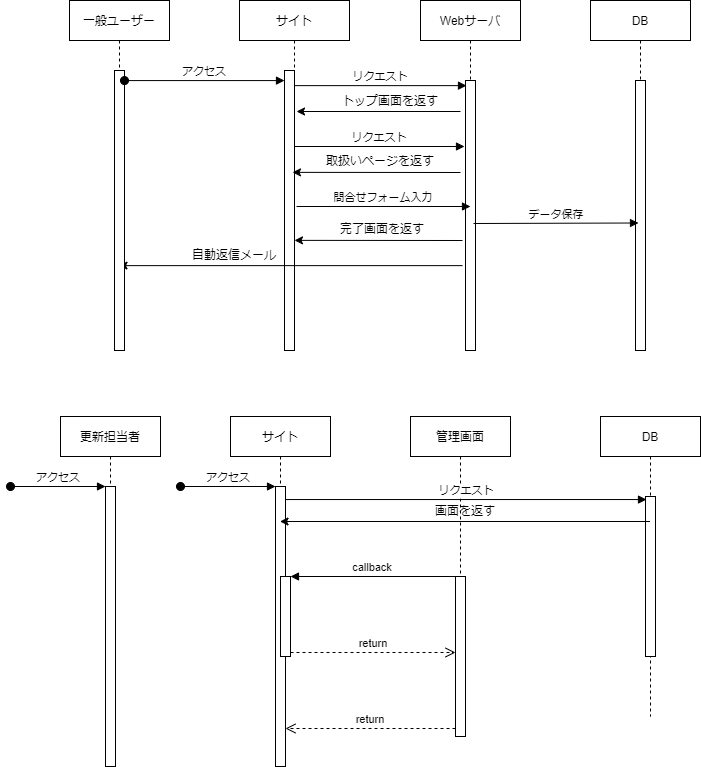
This is シーケンス図.drawio.png from buyodo/webgis-dev-doc, a draw.io export, as it was before one commit. Source tidied: cells renumbered, new cells last; positions are measured from the earlier drawing's top-left corner, leaving out a move shared by most shapes.
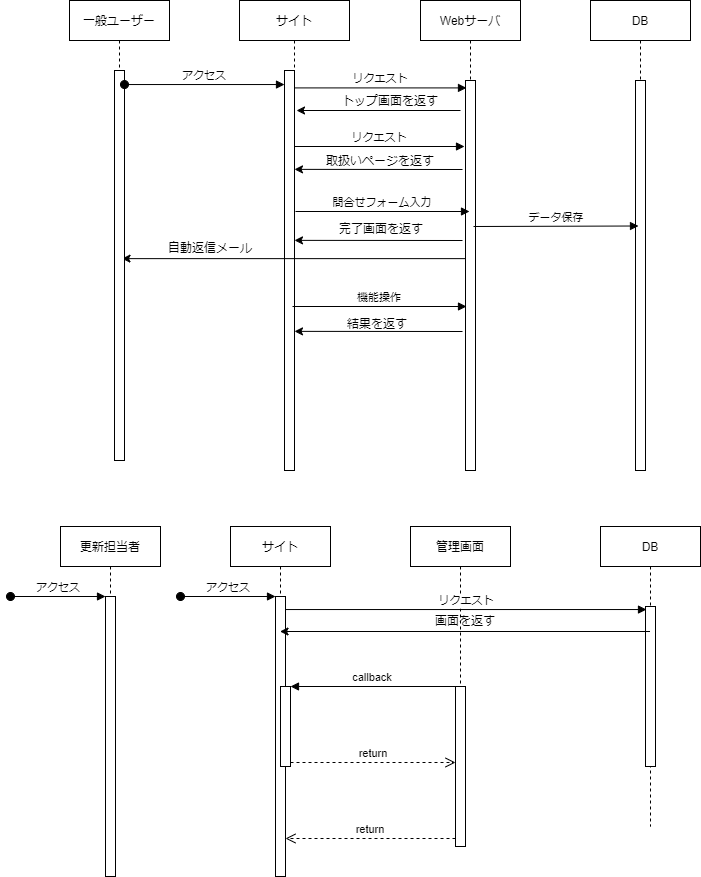
The same file after the commit.

Commit message:
シーケンス図.drawio.png を更新します

The edit, as a diff of the source:
```diff
@@ -3,43 +3,58 @@
     <mxCell id="0" />
     <mxCell id="1" parent="0" />
     <mxCell id="2" value="サイト" style="shape=umlLifeline;perimeter=lifelinePerimeter;rounded=0;shadow=0;strokeWidth=1;" parent="1" vertex="1">
-      <mxGeometry x="229" width="110" height="350" as="geometry" />
+      <mxGeometry x="229" width="110" height="470" as="geometry" />
     </mxCell>
     <mxCell id="3" style="points=[];perimeter=orthogonalPerimeter;rounded=0;shadow=0;strokeWidth=1;" parent="2" vertex="1">
-      <mxGeometry x="45" y="70" width="10" height="280" as="geometry" />
+      <mxGeometry x="45" y="70" width="10" height="400" as="geometry" />
     </mxCell>
     <mxCell id="4" value="自動返信メール" style="text;html=1;strokeColor=none;fillColor=none;align=center;verticalAlign=middle;whiteSpace=wrap;rounded=0;" parent="2" vertex="1">
-      <mxGeometry x="-65" y="240" width="120" height="30" as="geometry" />
+      <mxGeometry x="-89" y="233" width="120" height="30" as="geometry" />
     </mxCell>
     <mxCell id="5" value="リクエスト" style="verticalAlign=bottom;endArrow=block;entryX=0.1;entryY=0.019;shadow=0;strokeWidth=1;entryDx=0;entryDy=0;entryPerimeter=0;" parent="1" edge="1" source="3" target="7">
       <mxGeometry relative="1" as="geometry" />
     </mxCell>
     <mxCell id="6" value="Webサーバ" style="shape=umlLifeline;perimeter=lifelinePerimeter;rounded=0;shadow=0;strokeWidth=1;" parent="1" vertex="1">
-      <mxGeometry x="410" width="100" height="350" as="geometry" />
+      <mxGeometry x="410" width="100" height="470" as="geometry" />
     </mxCell>
     <mxCell id="7" style="points=[];perimeter=orthogonalPerimeter;rounded=0;shadow=0;strokeWidth=1;" parent="6" vertex="1">
-      <mxGeometry x="45" y="80" width="10" height="270" as="geometry" />
+      <mxGeometry x="45" y="80" width="10" height="390" as="geometry" />
     </mxCell>
     <mxCell id="8" style="endArrow=classic;html=1;rounded=0;" parent="6" edge="1">
       <mxGeometry relative="1" as="geometry">
-        <mxPoint x="42" y="265.1" as="sourcePoint" />
-        <mxPoint x="-301.5" y="265.1" as="targetPoint" />
+        <mxPoint x="45" y="258.1" as="sourcePoint" />
+        <mxPoint x="-298.5" y="258.1" as="targetPoint" />
       </mxGeometry>
     </mxCell>
+    <mxCell id="40" value="機能操作" style="verticalAlign=bottom;endArrow=block;shadow=0;strokeWidth=1;" parent="6" edge="1">
+      <mxGeometry relative="1" as="geometry">
+        <mxPoint x="-128" y="306" as="sourcePoint" />
+        <mxPoint x="46" y="306" as="targetPoint" />
+      </mxGeometry>
+    </mxCell>
+    <mxCell id="41" style="endArrow=classic;html=1;rounded=0;" parent="6" edge="1">
+      <mxGeometry relative="1" as="geometry">
+        <mxPoint x="42" y="331" as="sourcePoint" />
+        <mxPoint x="-126" y="330.9" as="targetPoint" />
+      </mxGeometry>
+    </mxCell>
+    <mxCell id="42" value="結果を返す" style="text;html=1;strokeColor=none;fillColor=none;align=center;verticalAlign=middle;whiteSpace=wrap;rounded=0;" parent="6" vertex="1">
+      <mxGeometry x="-104" y="309" width="122" height="30.5" as="geometry" />
+    </mxCell>
     <mxCell id="9" style="endArrow=classic;html=1;rounded=0;" parent="1" edge="1">
       <mxGeometry relative="1" as="geometry">
-        <mxPoint x="450" y="111" as="sourcePoint" />
-        <mxPoint x="286" y="111" as="targetPoint" />
+        <mxPoint x="450" y="110" as="sourcePoint" />
+        <mxPoint x="286" y="110" as="targetPoint" />
       </mxGeometry>
     </mxCell>
     <mxCell id="10" value="一般ユーザー" style="shape=umlLifeline;perimeter=lifelinePerimeter;rounded=0;shadow=0;strokeWidth=1;" parent="1" vertex="1">
-      <mxGeometry x="59" width="100" height="350" as="geometry" />
+      <mxGeometry x="59" width="100" height="460" as="geometry" />
     </mxCell>
     <mxCell id="11" style="points=[];perimeter=orthogonalPerimeter;rounded=0;shadow=0;strokeWidth=1;" parent="10" vertex="1">
-      <mxGeometry x="45" y="70" width="10" height="280" as="geometry" />
+      <mxGeometry x="45" y="70" width="10" height="390" as="geometry" />
     </mxCell>
     <mxCell id="12" value="サイト" style="shape=umlLifeline;perimeter=lifelinePerimeter;rounded=0;shadow=0;strokeWidth=1;" parent="1" vertex="1">
-      <mxGeometry x="220" y="416" width="100" height="350" as="geometry" />
+      <mxGeometry x="220" y="526" width="100" height="350" as="geometry" />
     </mxCell>
     <mxCell id="13" style="points=[];perimeter=orthogonalPerimeter;rounded=0;shadow=0;strokeWidth=1;" parent="12" vertex="1">
       <mxGeometry x="45" y="70" width="10" height="280" as="geometry" />
@@ -53,7 +68,7 @@
       <mxGeometry x="50" y="160" width="10" height="80" as="geometry" />
     </mxCell>
     <mxCell id="16" value="管理画面" style="shape=umlLifeline;perimeter=lifelinePerimeter;rounded=0;shadow=0;strokeWidth=1;" parent="1" vertex="1">
-      <mxGeometry x="400" y="416" width="100" height="300" as="geometry" />
+      <mxGeometry x="400" y="526" width="100" height="300" as="geometry" />
     </mxCell>
     <mxCell id="17" style="points=[];perimeter=orthogonalPerimeter;rounded=0;shadow=0;strokeWidth=1;" parent="16" vertex="1">
       <mxGeometry x="45" y="160" width="10" height="160" as="geometry" />
@@ -74,19 +89,19 @@
       <mxGeometry relative="1" as="geometry" />
     </mxCell>
     <mxCell id="23" value="DB" style="shape=umlLifeline;perimeter=lifelinePerimeter;rounded=0;shadow=0;strokeWidth=1;" parent="1" vertex="1">
-      <mxGeometry x="590" y="416" width="100" height="300" as="geometry" />
+      <mxGeometry x="590" y="526" width="100" height="300" as="geometry" />
     </mxCell>
     <mxCell id="24" style="points=[];perimeter=orthogonalPerimeter;rounded=0;shadow=0;strokeWidth=1;" parent="23" vertex="1">
       <mxGeometry x="45" y="80" width="10" height="160" as="geometry" />
     </mxCell>
     <mxCell id="25" style="endArrow=classic;html=1;rounded=0;" parent="1" edge="1">
       <mxGeometry relative="1" as="geometry">
-        <mxPoint x="639.5" y="521" as="sourcePoint" />
-        <mxPoint x="269.5" y="521" as="targetPoint" />
+        <mxPoint x="639.5" y="631" as="sourcePoint" />
+        <mxPoint x="269.5" y="631" as="targetPoint" />
       </mxGeometry>
     </mxCell>
     <mxCell id="26" value="更新担当者" style="shape=umlLifeline;perimeter=lifelinePerimeter;rounded=0;shadow=0;strokeWidth=1;" parent="1" vertex="1">
-      <mxGeometry x="50" y="416" width="100" height="350" as="geometry" />
+      <mxGeometry x="50" y="526" width="100" height="350" as="geometry" />
     </mxCell>
     <mxCell id="27" style="points=[];perimeter=orthogonalPerimeter;rounded=0;shadow=0;strokeWidth=1;" parent="26" vertex="1">
       <mxGeometry x="45" y="70" width="10" height="280" as="geometry" />
@@ -110,29 +125,29 @@
     </mxCell>
     <mxCell id="32" style="endArrow=classic;html=1;rounded=0;" parent="1" edge="1">
       <mxGeometry relative="1" as="geometry">
-        <mxPoint x="450" y="172" as="sourcePoint" />
-        <mxPoint x="282" y="171.9" as="targetPoint" />
+        <mxPoint x="452" y="169" as="sourcePoint" />
+        <mxPoint x="284" y="168.9" as="targetPoint" />
       </mxGeometry>
     </mxCell>
     <mxCell id="33" value="取扱いページを返す" style="text;html=1;strokeColor=none;fillColor=none;align=center;verticalAlign=middle;whiteSpace=wrap;rounded=0;" parent="1" vertex="1">
       <mxGeometry x="310" y="146" width="120" height="30" as="geometry" />
     </mxCell>
     <mxCell id="34" value="DB" style="shape=umlLifeline;perimeter=lifelinePerimeter;rounded=0;shadow=0;strokeWidth=1;" parent="1" vertex="1">
-      <mxGeometry x="580" width="100" height="350" as="geometry" />
+      <mxGeometry x="580" width="100" height="470" as="geometry" />
     </mxCell>
     <mxCell id="35" style="perimeter=orthogonalPerimeter;rounded=0;shadow=0;strokeWidth=1;" parent="34" vertex="1">
-      <mxGeometry x="45" y="80" width="10" height="270" as="geometry" />
+      <mxGeometry x="45" y="80" width="10" height="390" as="geometry" />
     </mxCell>
     <mxCell id="36" value="データ保存" style="verticalAlign=bottom;endArrow=block;shadow=0;strokeWidth=1;" parent="34" edge="1">
       <mxGeometry relative="1" as="geometry">
-        <mxPoint x="-117" y="223" as="sourcePoint" />
-        <mxPoint x="48" y="222.5" as="targetPoint" />
+        <mxPoint x="-117" y="226" as="sourcePoint" />
+        <mxPoint x="48" y="225.5" as="targetPoint" />
       </mxGeometry>
     </mxCell>
     <mxCell id="37" value="問合せフォーム入力" style="verticalAlign=bottom;endArrow=block;shadow=0;strokeWidth=1;" parent="1" edge="1">
       <mxGeometry relative="1" as="geometry">
-        <mxPoint x="286" y="206" as="sourcePoint" />
-        <mxPoint x="460" y="206" as="targetPoint" />
+        <mxPoint x="285" y="211" as="sourcePoint" />
+        <mxPoint x="459" y="211" as="targetPoint" />
       </mxGeometry>
     </mxCell>
     <mxCell id="38" style="endArrow=classic;html=1;rounded=0;" parent="1" edge="1">
@@ -142,7 +157,7 @@
       </mxGeometry>
     </mxCell>
     <mxCell id="39" value="完了画面を返す" style="text;html=1;strokeColor=none;fillColor=none;align=center;verticalAlign=middle;whiteSpace=wrap;rounded=0;" parent="1" vertex="1">
-      <mxGeometry x="312" y="214" width="120" height="30" as="geometry" />
+      <mxGeometry x="310" y="214" width="122" height="30.5" as="geometry" />
     </mxCell>
   </root>
 </mxGraphModel>
```
